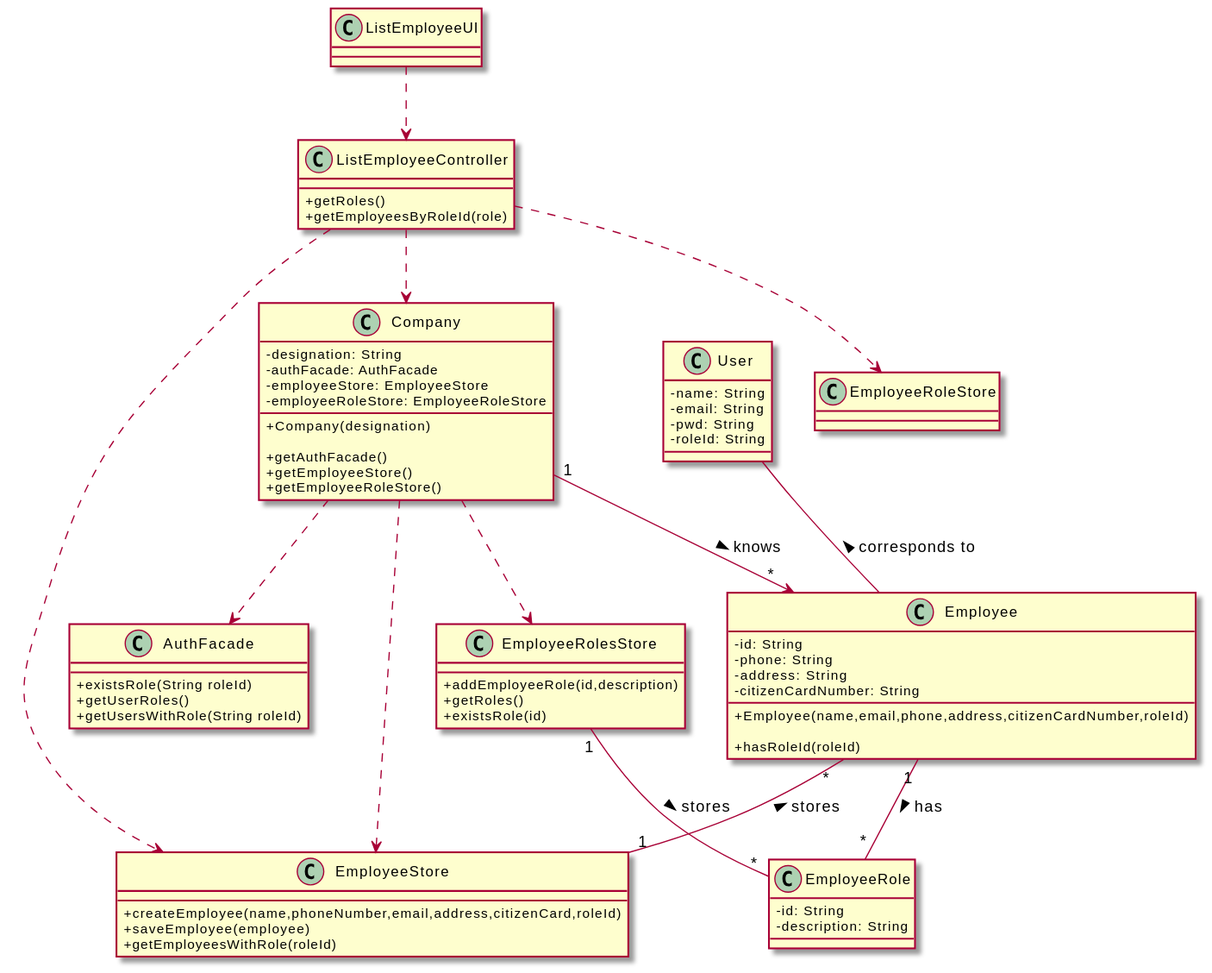
This is docs/SprintB/US11/CD/US11_CD.svg from miseEnPlace-i/lapr2, a PlantUML export, as it was before one commit.
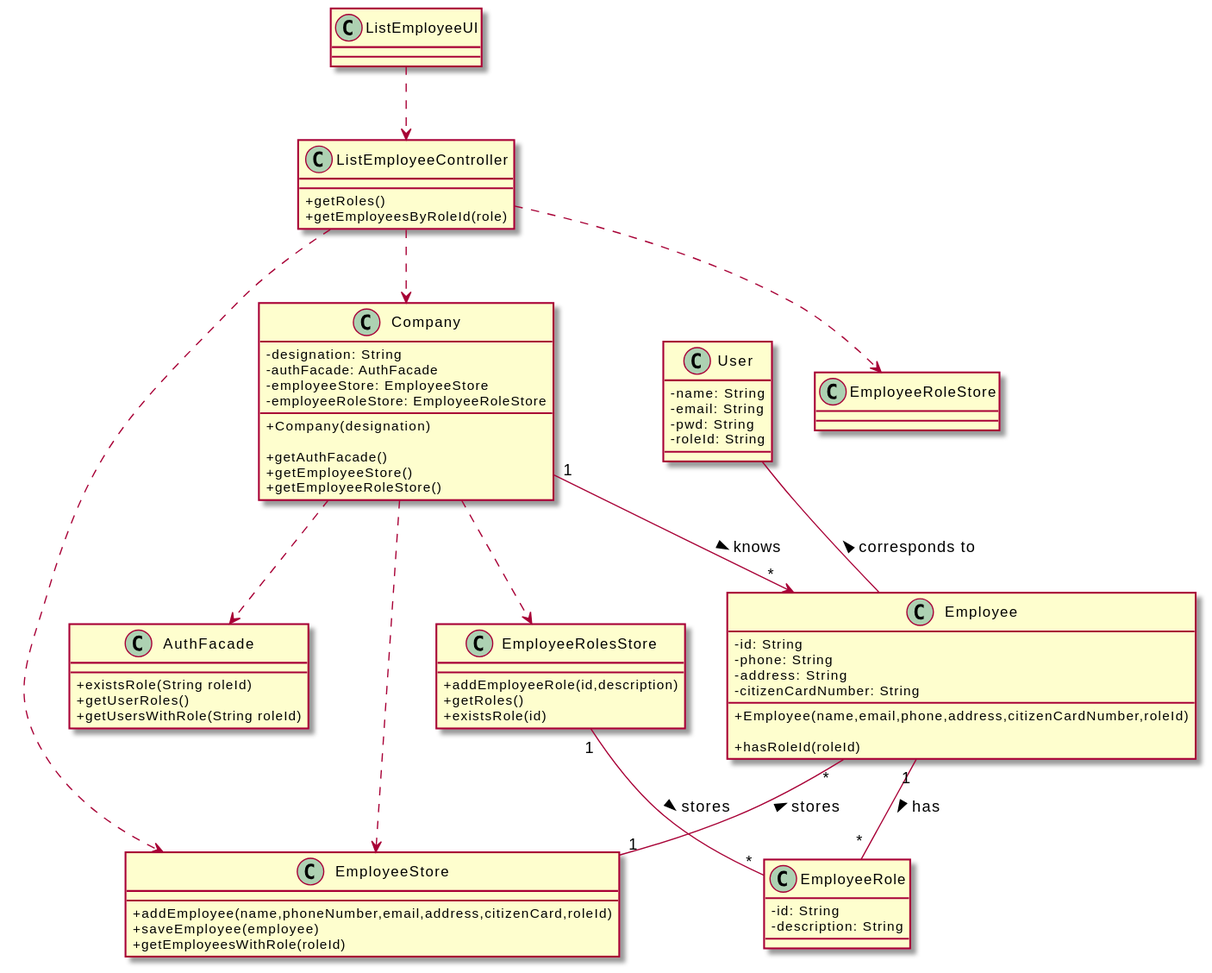
The same file after the commit.

Commit message:
refactor: renamed createEmployee() to addEmployee() for consistency

What changed in the source:
```diff
@@ -39,7 +39,7 @@
 }
 
 class EmployeeStore {
-  +createEmployee(name,phoneNumber,email,address,citizenCard,roleId)
+  +addEmployee(name,phoneNumber,email,address,citizenCard,roleId)
   +saveEmployee(employee)
   +getEmployeesWithRole(roleId)
 }
```
